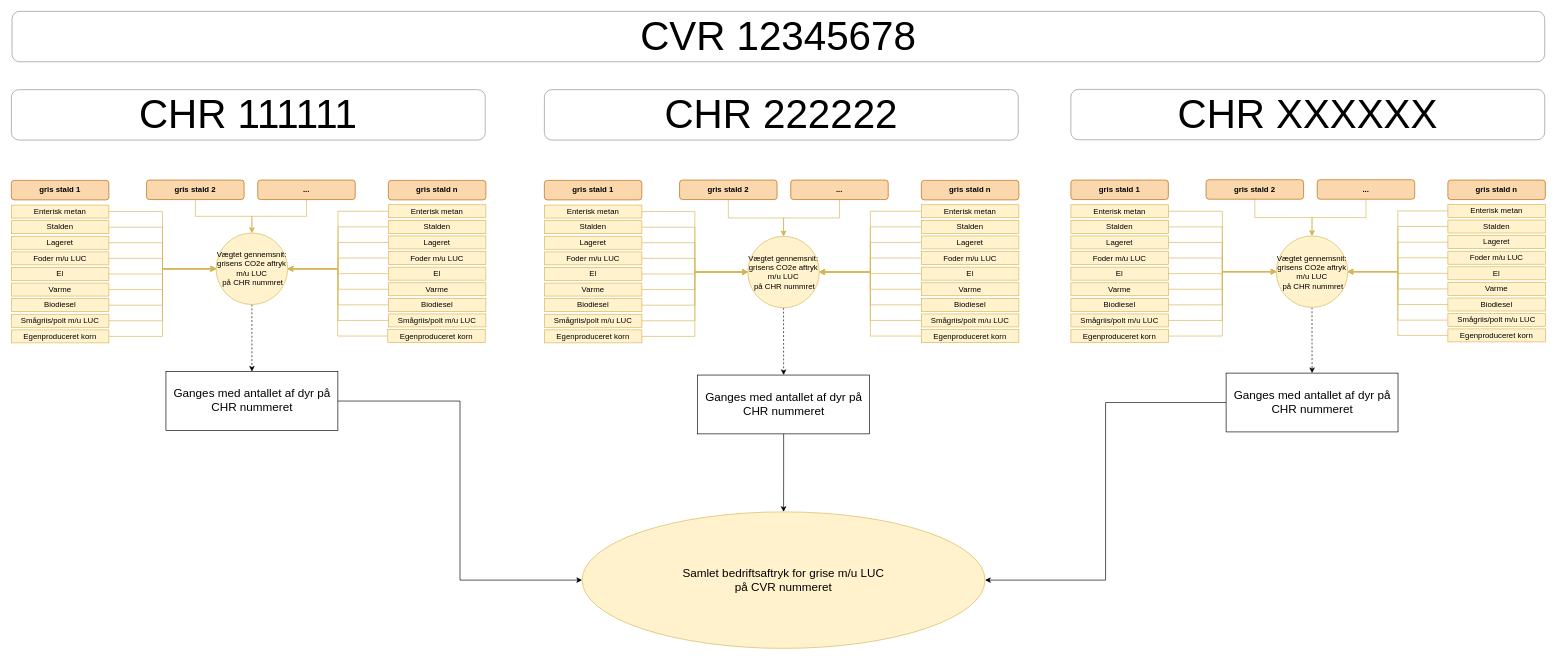
Above: Bedriftsaftryk.drawio in segesdk/SAF_dokumentation (draw.io), before the change. Source tidied: cells renumbered, new cells numbered last; positions are measured from the earlier drawing's top-left corner, leaving out a move shared by most shapes. Both pictures are drawn from the tidied source at 65%, with x=0, y=0 at pixel (11, 11).
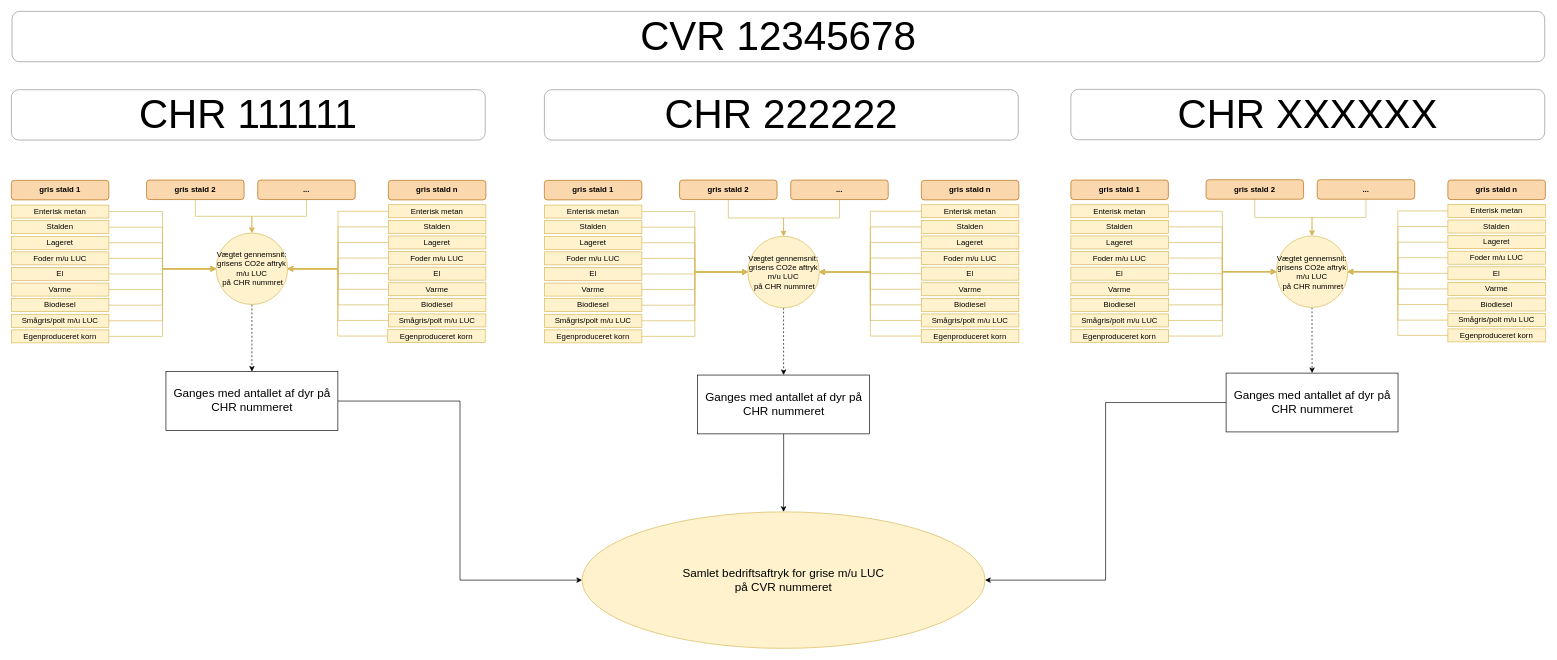
Above is the later version.

The edit, as a diff of the source:
```diff
@@
-    <mxCell id="20" value="Smågriis/polt m/u LUC" style="rounded=0;whiteSpace=wrap;html=1;fillColor=#fff2cc;strokeColor=#d6b656;" parent="1" vertex="1">
+    <mxCell id="20" value="Smågris/polt m/u LUC" style="rounded=0;whiteSpace=wrap;html=1;fillColor=#fff2cc;strokeColor=#d6b656;" parent="1" vertex="1">
       <mxGeometry y="466" width="150" height="20" as="geometry" />
     </mxCell>
@@
-    <mxCell id="36" value="Smågriis/polt m/u LUC" style="rounded=0;whiteSpace=wrap;html=1;fillColor=#fff2cc;strokeColor=#d6b656;" parent="1" vertex="1">
+    <mxCell id="36" value="Smågris/polt m/u LUC" style="rounded=0;whiteSpace=wrap;html=1;fillColor=#fff2cc;strokeColor=#d6b656;" parent="1" vertex="1">
       <mxGeometry x="580" y="465.5" width="150" height="20" as="geometry" />
     </mxCell>
@@
-    <mxCell id="65" value="Smågriis/polt m/u LUC" style="rounded=0;whiteSpace=wrap;html=1;fillColor=#fff2cc;strokeColor=#d6b656;" parent="1" vertex="1">
+    <mxCell id="65" value="Smågris/polt m/u LUC" style="rounded=0;whiteSpace=wrap;html=1;fillColor=#fff2cc;strokeColor=#d6b656;" parent="1" vertex="1">
       <mxGeometry x="820" y="466" width="150" height="20" as="geometry" />
     </mxCell>
@@
-    <mxCell id="81" value="Smågriis/polt m/u LUC" style="rounded=0;whiteSpace=wrap;html=1;fillColor=#fff2cc;strokeColor=#d6b656;" parent="1" vertex="1">
+    <mxCell id="81" value="Smågris/polt m/u LUC" style="rounded=0;whiteSpace=wrap;html=1;fillColor=#fff2cc;strokeColor=#d6b656;" parent="1" vertex="1">
       <mxGeometry x="1400" y="465.5" width="150" height="20" as="geometry" />
     </mxCell>
@@
-    <mxCell id="110" value="Smågriis/polt m/u LUC" style="rounded=0;whiteSpace=wrap;html=1;fillColor=#fff2cc;strokeColor=#d6b656;" parent="1" vertex="1">
+    <mxCell id="110" value="Smågris/polt m/u LUC" style="rounded=0;whiteSpace=wrap;html=1;fillColor=#fff2cc;strokeColor=#d6b656;" parent="1" vertex="1">
       <mxGeometry x="1630" y="465.5" width="150" height="20" as="geometry" />
     </mxCell>
@@
-    <mxCell id="126" value="Smågriis/polt m/u LUC" style="rounded=0;whiteSpace=wrap;html=1;fillColor=#fff2cc;strokeColor=#d6b656;" parent="1" vertex="1">
+    <mxCell id="126" value="Smågris/polt m/u LUC" style="rounded=0;whiteSpace=wrap;html=1;fillColor=#fff2cc;strokeColor=#d6b656;" parent="1" vertex="1">
       <mxGeometry x="2210" y="465" width="150" height="20" as="geometry" />
     </mxCell>
```
